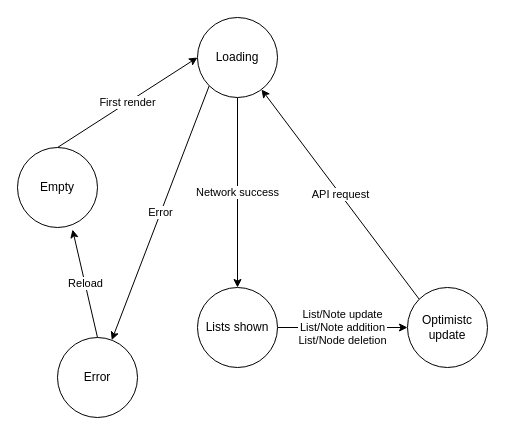
4rgc/trellzo-web keeps this draw.io diagram as src/pages/Board/Board.drawio. Above is the earlier version. Source tidied: cells renumbered, new cells numbered last; positions are measured from the earlier drawing's top-left corner, leaving out a move shared by most shapes. Both pictures are drawn from the tidied source at 100%, with x=0, y=0 at pixel (17, 17).
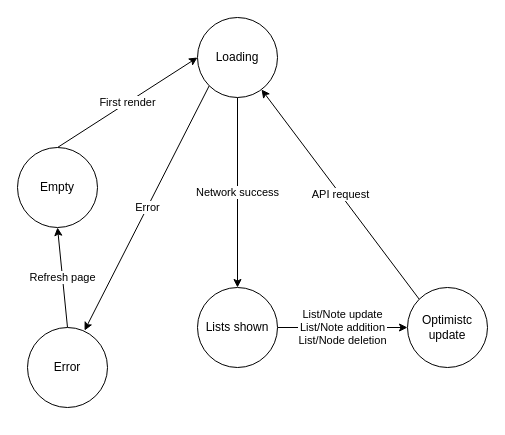
The same diagram, later.

Commit message:
docs(Board): clarify Board page state diagram

What changed in the source:
```diff
@@
 <mxGraphModel>
   <root>
     <mxCell id="0" />
     <mxCell id="1" parent="0" />
     <mxCell id="2" value="First render" style="edgeStyle=none;html=1;exitX=0.5;exitY=0;exitDx=0;exitDy=0;entryX=0;entryY=0.5;entryDx=0;entryDy=0;" parent="1" edge="1" source="3" target="6">
       <mxGeometry relative="1" as="geometry" />
     </mxCell>
     <mxCell id="3" value="Empty" style="ellipse;whiteSpace=wrap;html=1;" parent="1" vertex="1">
       <mxGeometry y="130" width="80" height="80" as="geometry" />
     </mxCell>
     <mxCell id="4" value="Network success" style="edgeStyle=none;html=1;exitX=0.5;exitY=1;exitDx=0;exitDy=0;" parent="1" edge="1" source="6" target="8">
       <mxGeometry relative="1" as="geometry" />
     </mxCell>
-    <mxCell id="5" value="Error" style="edgeStyle=none;html=1;exitX=0;exitY=1;exitDx=0;exitDy=0;" parent="1" edge="1" source="6" target="10">
+    <mxCell id="5" value="Error" style="edgeStyle=none;html=1;exitX=0;exitY=1;exitDx=0;exitDy=0;entryX=0.713;entryY=0.038;entryDx=0;entryDy=0;entryPerimeter=0;" parent="1" edge="1" source="6" target="10">
       <mxGeometry relative="1" as="geometry" />
     </mxCell>
     <mxCell id="6" value="Loading" style="ellipse;whiteSpace=wrap;html=1;" parent="1" vertex="1">
       <mxGeometry x="180" width="80" height="80" as="geometry" />
     </mxCell>
     <mxCell id="7" value="List/Note update&lt;br&gt;List/Note addition&lt;br&gt;List/Node deletion" style="edgeStyle=none;html=1;exitX=1;exitY=0.5;exitDx=0;exitDy=0;" parent="1" edge="1" source="8" target="12">
       <mxGeometry relative="1" as="geometry" />
     </mxCell>
     <mxCell id="8" value="Lists shown" style="ellipse;whiteSpace=wrap;html=1;" parent="1" vertex="1">
       <mxGeometry x="180" y="270" width="80" height="80" as="geometry" />
     </mxCell>
-    <mxCell id="9" value="Reload" style="edgeStyle=none;html=1;exitX=0.5;exitY=0;exitDx=0;exitDy=0;entryX=0.688;entryY=1.026;entryDx=0;entryDy=0;entryPerimeter=0;" parent="1" edge="1" source="10" target="3">
+    <mxCell id="9" value="Refresh page" style="edgeStyle=none;html=1;exitX=0.5;exitY=0;exitDx=0;exitDy=0;entryX=0.5;entryY=1;entryDx=0;entryDy=0;" parent="1" edge="1" source="10" target="3">
       <mxGeometry relative="1" as="geometry" />
     </mxCell>
     <mxCell id="10" value="Error" style="ellipse;whiteSpace=wrap;html=1;" parent="1" vertex="1">
-      <mxGeometry x="40" y="320" width="80" height="80" as="geometry" />
+      <mxGeometry x="10" y="310" width="80" height="80" as="geometry" />
     </mxCell>
     <mxCell id="11" value="API request" style="edgeStyle=none;html=1;exitX=0;exitY=0;exitDx=0;exitDy=0;" parent="1" edge="1" source="12" target="6">
       <mxGeometry relative="1" as="geometry" />
     </mxCell>
     <mxCell id="12" value="Optimistc update" style="ellipse;whiteSpace=wrap;html=1;" parent="1" vertex="1">
       <mxGeometry x="390" y="270" width="80" height="80" as="geometry" />
     </mxCell>
   </root>
 </mxGraphModel>
```
